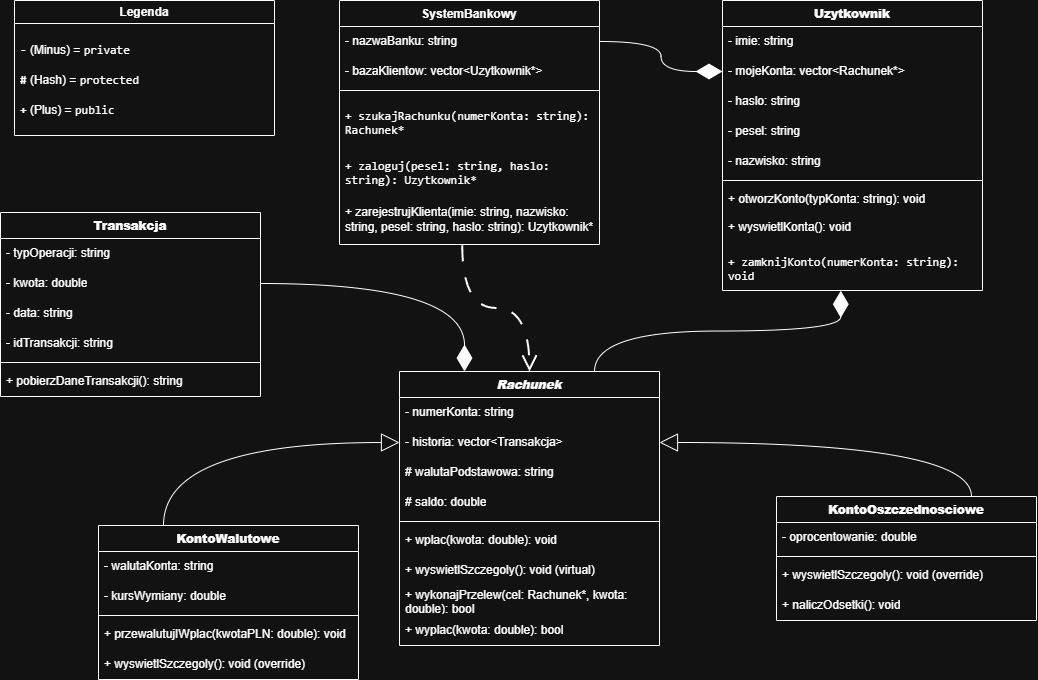
Above: diagramUML.png in socz3kkk/Bank (draw.io), before the change. Source tidied: cells renumbered, new cells last; positions are measured from the earlier drawing's top-left corner, leaving out a move shared by most shapes.
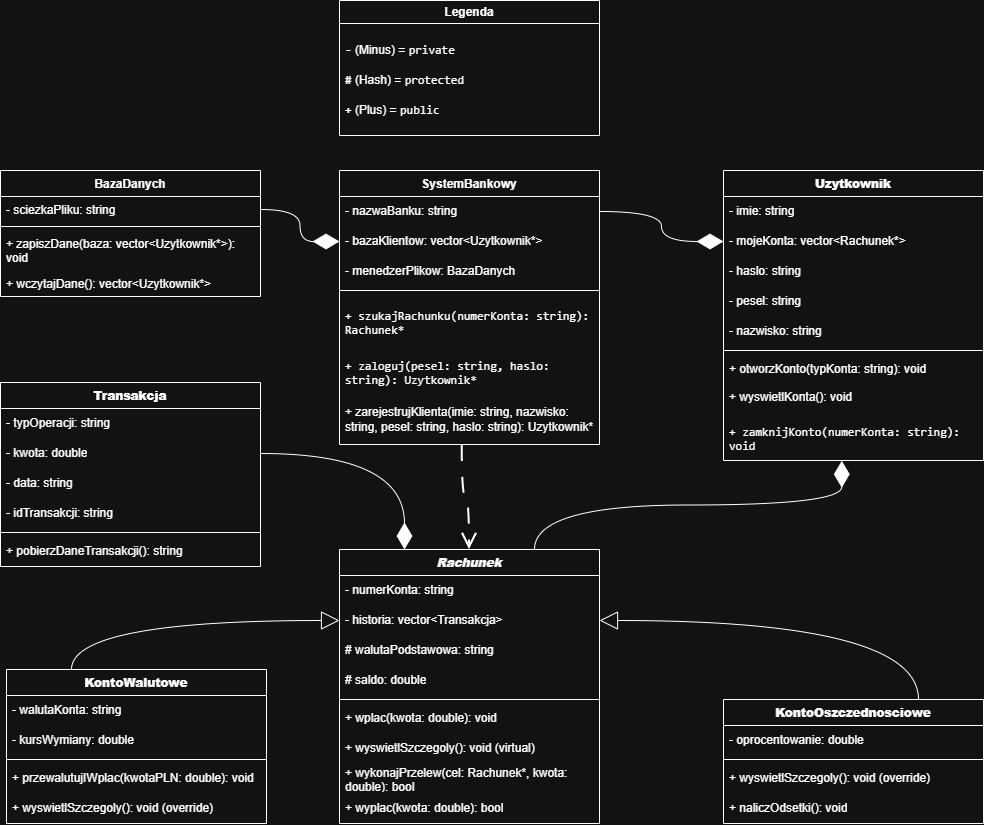
The same diagram one commit later.

Commit message:
docs(uml): dodaj klase bazy danych do diagramu architektury

Zaktualizowanie wersji diagramu UML o warstwę dostępu do danych.

Wprowadzone zmiany:
- Dodano nową klasę BazaDanych z metodami do odczytu i zapisu (serializacji).
- Powiązano SystemBankowy z nową klasą za pomocą relacji kompozycji (czarny romb), przekazując systemowi odpowiedzialność za zarządzanie menedżerem plików.

Diff of the diagram source:
```diff
@@ -3,7 +3,7 @@
     <mxCell id="0" />
     <mxCell id="1" parent="0" />
     <mxCell id="2" value="Legenda" style="swimlane;whiteSpace=wrap;html=1;" parent="1" vertex="1">
-      <mxGeometry x="14" width="260" height="135" as="geometry" />
+      <mxGeometry x="339" y="-170" width="260" height="135" as="geometry" />
     </mxCell>
     <mxCell id="3" value="&lt;b&gt;&lt;code&gt;-&lt;/code&gt;&lt;/b&gt; (Minus) = &lt;code&gt;private&lt;/code&gt;" style="text;strokeColor=none;fillColor=none;align=left;verticalAlign=middle;spacingLeft=4;spacingRight=4;overflow=hidden;whiteSpace=wrap;html=1;" parent="2" vertex="1">
       <mxGeometry y="35" width="260" height="30" as="geometry" />
@@ -15,7 +15,7 @@
       <mxGeometry y="95" width="260" height="30" as="geometry" />
     </mxCell>
     <mxCell id="6" value="SystemBankowy" style="swimlane;fontStyle=1;align=center;verticalAlign=top;horizontal=1;startSize=26;whiteSpace=wrap;html=1;" parent="1" vertex="1">
-      <mxGeometry x="339" width="260" height="244" as="geometry" />
+      <mxGeometry x="339" width="260" height="274" as="geometry" />
     </mxCell>
     <mxCell id="7" value="- nazwaBanku: string" style="text;strokeColor=none;fillColor=none;align=left;verticalAlign=middle;spacingLeft=4;spacingRight=4;overflow=hidden;points=[[0,0.5],[1,0.5]];portConstraint=eastwest;whiteSpace=wrap;html=1;" parent="6" vertex="1">
       <mxGeometry y="26" width="260" height="30" as="geometry" />
@@ -23,20 +23,23 @@
     <mxCell id="8" value="- bazaKlientow: vector&amp;lt;Uzytkownik*&amp;gt;" style="text;strokeColor=none;fillColor=none;align=left;verticalAlign=middle;spacingLeft=4;spacingRight=4;overflow=hidden;points=[[0,0.5],[1,0.5]];portConstraint=eastwest;whiteSpace=wrap;html=1;" parent="6" vertex="1">
       <mxGeometry y="56" width="260" height="30" as="geometry" />
     </mxCell>
+    <mxCell id="57" value="- menedzerPlikow: BazaDanych" style="text;strokeColor=none;fillColor=none;align=left;verticalAlign=middle;spacingLeft=4;spacingRight=4;overflow=hidden;whiteSpace=wrap;html=1;" parent="6" vertex="1">
+      <mxGeometry y="86" width="260" height="30" as="geometry" />
+    </mxCell>
     <mxCell id="9" style="line;strokeWidth=1;fillColor=none;align=left;verticalAlign=middle;spacingTop=-1;spacingLeft=3;spacingRight=3;labelPosition=right;strokeColor=inherit;" parent="6" vertex="1">
-      <mxGeometry y="86" width="260" height="8" as="geometry" />
+      <mxGeometry y="116" width="260" height="8" as="geometry" />
     </mxCell>
     <mxCell id="10" value="&lt;li&gt;&lt;p&gt;&lt;code&gt;+ szukajRachunku(numerKonta: string): Rachunek*&lt;/code&gt;&lt;/p&gt;&lt;/li&gt;" style="text;strokeColor=none;fillColor=none;align=left;verticalAlign=middle;spacingLeft=4;spacingRight=4;overflow=hidden;whiteSpace=wrap;html=1;" parent="6" vertex="1">
-      <mxGeometry y="94" width="260" height="50" as="geometry" />
+      <mxGeometry y="124" width="260" height="50" as="geometry" />
     </mxCell>
     <mxCell id="11" value="&lt;li&gt;&lt;p&gt;&lt;code&gt;+ zaloguj(pesel: string, haslo: string): Uzytkownik*&lt;/code&gt;&lt;/p&gt;&lt;/li&gt;" style="text;strokeColor=none;fillColor=none;align=left;verticalAlign=middle;spacingLeft=4;spacingRight=4;overflow=hidden;whiteSpace=wrap;html=1;" parent="6" vertex="1">
-      <mxGeometry y="144" width="260" height="50" as="geometry" />
+      <mxGeometry y="174" width="260" height="50" as="geometry" />
     </mxCell>
     <mxCell id="12" value="+&amp;nbsp;zarejestrujKlienta(imie: string, nazwisko: string, pesel: string, haslo: string): Uzytkownik*" style="text;strokeColor=none;fillColor=none;align=left;verticalAlign=middle;spacingLeft=4;spacingRight=4;overflow=hidden;points=[[0,0.5],[1,0.5]];portConstraint=eastwest;whiteSpace=wrap;html=1;" parent="6" vertex="1">
-      <mxGeometry y="194" width="260" height="50" as="geometry" />
+      <mxGeometry y="224" width="260" height="50" as="geometry" />
     </mxCell>
     <mxCell id="13" value="&lt;b data-original-style=&quot;forced-color-adjust: none; box-shadow: none !important; color: rgb(255, 255, 255); font-family: Helvetica; font-size: 12px; font-style: normal; font-variant-ligatures: normal; font-variant-caps: normal; letter-spacing: normal; orphans: 2; text-align: center; text-indent: 0px; text-transform: none; widows: 2; word-spacing: 0px; -webkit-text-stroke-width: 0px; white-space: normal; background-color: rgb(27, 29, 30); text-decoration-thickness: initial; text-decoration-style: initial; text-decoration-color: initial;&quot;&gt;&lt;i&gt;Rachunek&lt;/i&gt;&lt;/b&gt;" style="swimlane;fontStyle=1;align=center;verticalAlign=top;horizontal=1;startSize=26;whiteSpace=wrap;html=1;" parent="1" vertex="1">
-      <mxGeometry x="399" y="371" width="260" height="274" as="geometry" />
+      <mxGeometry x="339" y="379" width="260" height="274" as="geometry" />
     </mxCell>
     <mxCell id="14" value="- numerKonta: string" style="text;strokeColor=none;fillColor=none;align=left;verticalAlign=middle;spacingLeft=4;spacingRight=4;overflow=hidden;whiteSpace=wrap;html=1;" parent="13" vertex="1">
       <mxGeometry y="26" width="260" height="30" as="geometry" />
@@ -66,7 +69,7 @@
       <mxGeometry y="244" width="260" height="30" as="geometry" />
     </mxCell>
     <mxCell id="23" value="&lt;b data-original-style=&quot;forced-color-adjust: none; box-shadow: none !important; color: rgb(255, 255, 255); font-family: Helvetica; font-size: 12px; font-style: normal; font-variant-ligatures: normal; font-variant-caps: normal; letter-spacing: normal; orphans: 2; text-align: center; text-indent: 0px; text-transform: none; widows: 2; word-spacing: 0px; -webkit-text-stroke-width: 0px; white-space: normal; background-color: rgb(27, 29, 30); text-decoration-thickness: initial; text-decoration-style: initial; text-decoration-color: initial;&quot;&gt;Uzytkownik&lt;/b&gt;" style="swimlane;fontStyle=1;align=center;verticalAlign=top;horizontal=1;startSize=26;whiteSpace=wrap;html=1;" parent="1" vertex="1">
-      <mxGeometry x="722" width="260" height="290" as="geometry" />
+      <mxGeometry x="723" width="260" height="290" as="geometry" />
     </mxCell>
     <mxCell id="24" value="- imie: string" style="text;strokeColor=none;fillColor=none;align=left;verticalAlign=middle;spacingLeft=4;spacingRight=4;overflow=hidden;whiteSpace=wrap;html=1;" parent="23" vertex="1">
       <mxGeometry y="26" width="260" height="30" as="geometry" />
@@ -117,7 +120,7 @@
       <mxGeometry y="154" width="260" height="30" as="geometry" />
     </mxCell>
     <mxCell id="40" value="&lt;b data-original-style=&quot;forced-color-adjust: none; box-shadow: none !important; color: rgb(255, 255, 255); font-family: Helvetica; font-size: 12px; font-style: normal; font-variant-ligatures: normal; font-variant-caps: normal; letter-spacing: normal; orphans: 2; text-align: center; text-indent: 0px; text-transform: none; widows: 2; word-spacing: 0px; -webkit-text-stroke-width: 0px; white-space: normal; background-color: rgb(27, 29, 30); text-decoration-thickness: initial; text-decoration-style: initial; text-decoration-color: initial;&quot;&gt;KontoWalutowe&lt;/b&gt;" style="swimlane;fontStyle=1;align=center;verticalAlign=top;horizontal=1;startSize=26;whiteSpace=wrap;html=1;" parent="1" vertex="1">
-      <mxGeometry x="98" y="525" width="260" height="154" as="geometry" />
+      <mxGeometry x="6" y="499" width="260" height="154" as="geometry" />
     </mxCell>
     <mxCell id="41" value="- walutaKonta: string" style="text;strokeColor=none;fillColor=none;align=left;verticalAlign=middle;spacingLeft=4;spacingRight=4;overflow=hidden;whiteSpace=wrap;html=1;" parent="40" vertex="1">
       <mxGeometry y="26" width="260" height="30" as="geometry" />
@@ -135,7 +138,7 @@
       <mxGeometry y="124" width="260" height="30" as="geometry" />
     </mxCell>
     <mxCell id="46" value="&lt;b data-original-style=&quot;forced-color-adjust: none; box-shadow: none !important; color: rgb(255, 255, 255); font-family: Helvetica; font-size: 12px; font-style: normal; font-variant-ligatures: normal; font-variant-caps: normal; letter-spacing: normal; orphans: 2; text-align: center; text-indent: 0px; text-transform: none; widows: 2; word-spacing: 0px; -webkit-text-stroke-width: 0px; white-space: normal; background-color: rgb(27, 29, 30); text-decoration-thickness: initial; text-decoration-style: initial; text-decoration-color: initial;&quot;&gt;KontoOszczednosciowe&lt;/b&gt;" style="swimlane;fontStyle=1;align=center;verticalAlign=top;horizontal=1;startSize=26;whiteSpace=wrap;html=1;" parent="1" vertex="1">
-      <mxGeometry x="776" y="496" width="260" height="124" as="geometry" />
+      <mxGeometry x="723" y="529" width="260" height="124" as="geometry" />
     </mxCell>
     <mxCell id="47" value="- oprocentowanie: double" style="text;strokeColor=none;fillColor=none;align=left;verticalAlign=middle;spacingLeft=4;spacingRight=4;overflow=hidden;whiteSpace=wrap;html=1;" parent="46" vertex="1">
       <mxGeometry y="26" width="260" height="30" as="geometry" />
@@ -167,5 +170,23 @@
     <mxCell id="56" style="endArrow=diamondThin;endFill=1;endSize=24;html=1;rounded=0;edgeStyle=orthogonalEdgeStyle;curved=1;exitX=1;exitY=0.5;exitDx=0;exitDy=0;entryX=0.25;entryY=0;entryDx=0;entryDy=0;" parent="1" edge="1" source="35" target="13">
       <mxGeometry relative="1" as="geometry" />
     </mxCell>
+    <mxCell id="58" value="BazaDanych" style="swimlane;fontStyle=1;align=center;verticalAlign=top;horizontal=1;startSize=26;whiteSpace=wrap;html=1;" parent="1" vertex="1">
+      <mxGeometry width="260" height="126" as="geometry" />
+    </mxCell>
+    <mxCell id="59" value="- sciezkaPliku: string" style="text;strokeColor=none;fillColor=none;align=left;verticalAlign=top;spacingLeft=4;spacingRight=4;overflow=hidden;points=[[0,0.5],[1,0.5]];portConstraint=eastwest;whiteSpace=wrap;html=1;" parent="58" vertex="1">
+      <mxGeometry y="26" width="260" height="26" as="geometry" />
+    </mxCell>
+    <mxCell id="60" style="line;strokeWidth=1;fillColor=none;align=left;verticalAlign=middle;spacingTop=-1;spacingLeft=3;spacingRight=3;labelPosition=right;strokeColor=inherit;" parent="58" vertex="1">
+      <mxGeometry y="52" width="260" height="8" as="geometry" />
+    </mxCell>
+    <mxCell id="61" value="+ zapiszDane(baza: vector&amp;lt;Uzytkownik*&amp;gt;): void" style="text;strokeColor=none;fillColor=none;align=left;verticalAlign=top;spacingLeft=4;spacingRight=4;overflow=hidden;whiteSpace=wrap;html=1;" parent="58" vertex="1">
+      <mxGeometry y="60" width="260" height="40" as="geometry" />
+    </mxCell>
+    <mxCell id="62" value="+ wczytajDane(): vector&amp;lt;Uzytkownik*&amp;gt;" style="text;strokeColor=none;fillColor=none;align=left;verticalAlign=top;spacingLeft=4;spacingRight=4;overflow=hidden;whiteSpace=wrap;html=1;" parent="58" vertex="1">
+      <mxGeometry y="100" width="260" height="26" as="geometry" />
+    </mxCell>
+    <mxCell id="63" style="endArrow=diamondThin;endFill=1;endSize=24;html=1;rounded=0;edgeStyle=orthogonalEdgeStyle;curved=1;entryX=0;entryY=0.5;entryDx=0;entryDy=0;exitX=1;exitY=0.5;exitDx=0;exitDy=0;" parent="1" edge="1" source="59" target="8">
+      <mxGeometry relative="1" as="geometry" />
+    </mxCell>
   </root>
 </mxGraphModel>
```
